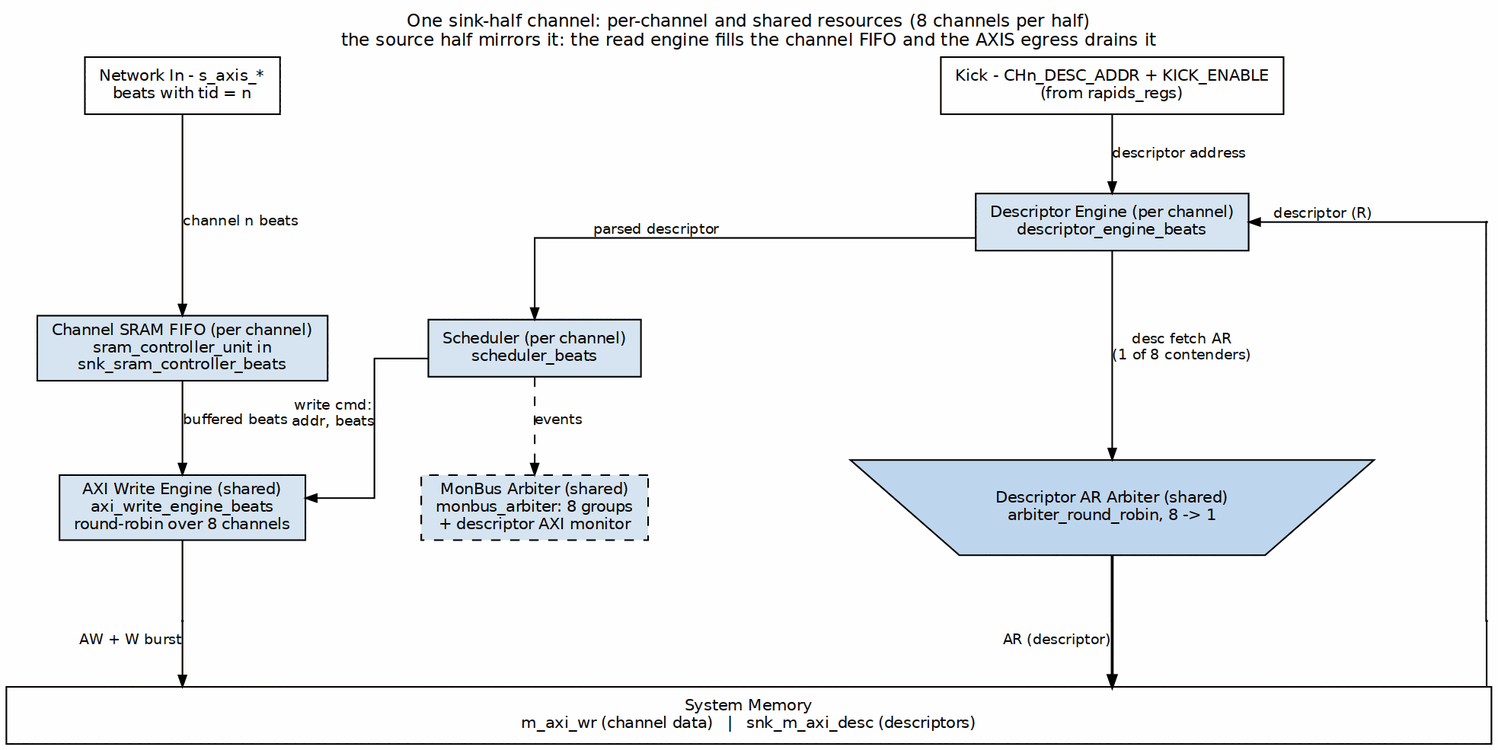
sean-galloway/RTLDesignSherpa keeps this Graphviz diagram as projects/components/dma-ip/rapids/docs/rapids_beats_has/assets/graphviz/ch02_channel_resources.png. Above is the earlier version. Its source is kept beside it as projects/components/dma-ip/rapids/docs/rapids_beats_has/assets/graphviz/ch02_channel_resources.dot.
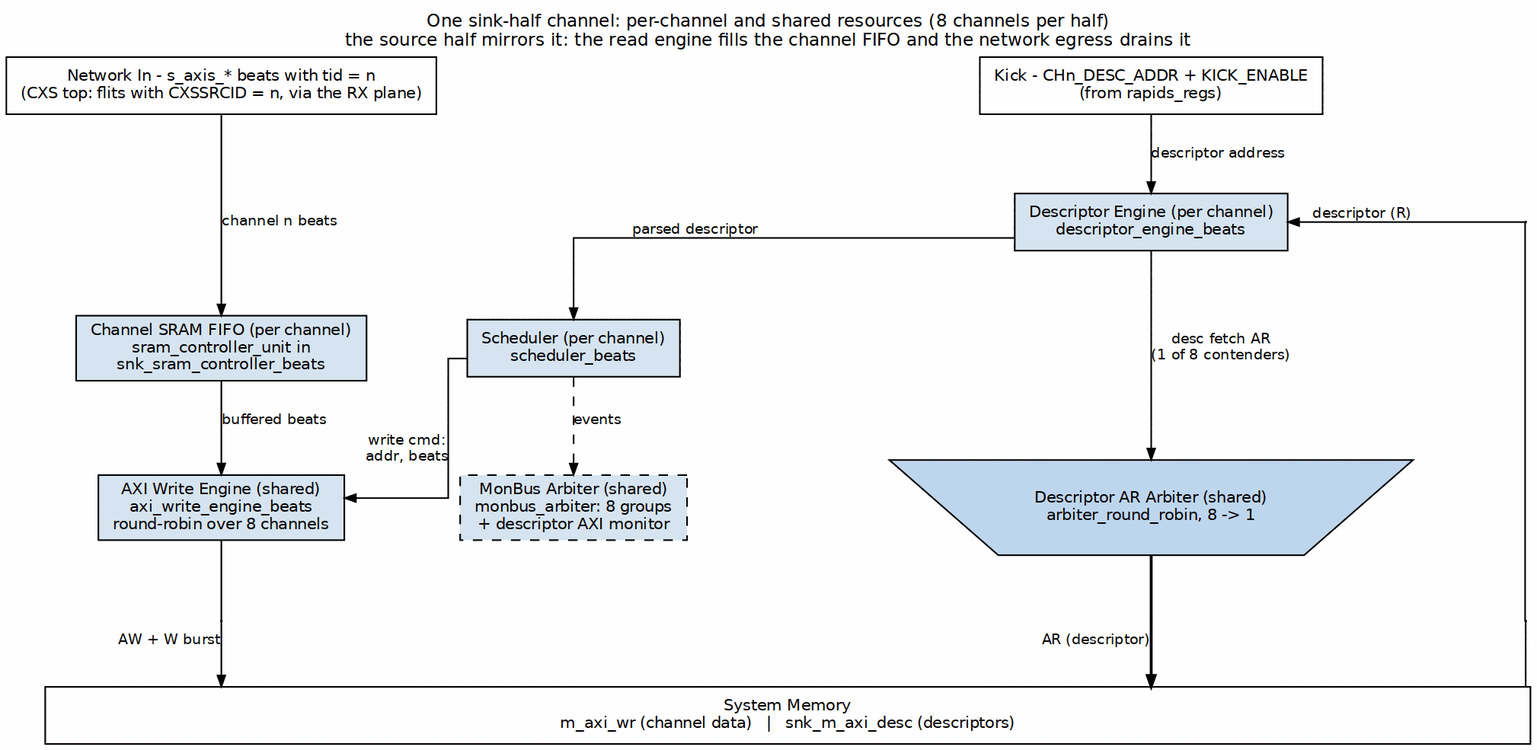
Above is the later version.

What changed in the source:
```diff
@@ -1,13 +1,13 @@
 digraph rapids_beats_channel_resources {
     graph [rankdir=TB, bgcolor="white", fontname="Helvetica", fontsize=11,
            nodesep="0.45", ranksep="0.55", splines=ortho,
-           label="One sink-half channel: per-channel and shared resources (8 channels per half)\nthe source half mirrors it: the read engine fills the channel FIFO and the AXIS egress drains it",
+           label="One sink-half channel: per-channel and shared resources (8 channels per half)\nthe source half mirrors it: the read engine fills the channel FIFO and the network egress drains it",
            labelloc=t, labeljust=c];
     node  [fontname="Helvetica", fontsize=10, shape=box, style=filled,
            fillcolor="#D6E4F0", color="black", margin="0.12,0.06"];
     edge  [fontname="Helvetica", fontsize=9, color="black", arrowsize=0.7];
 
-    data_in [label="Network In - s_axis_*\nbeats with tid = n", fillcolor="white", group=L];
+    data_in [label="Network In - s_axis_* beats with tid = n\n(CXS top: flits with CXSSRCID = n, via the RX plane)", fillcolor="white", group=L];
     kick    [label="Kick - CHn_DESC_ADDR + KICK_ENABLE\n(from rapids_regs)", fillcolor="white", group=C];
 
     desc  [label="Descriptor Engine (per channel)\ndescriptor_engine_beats", group=C];
```
